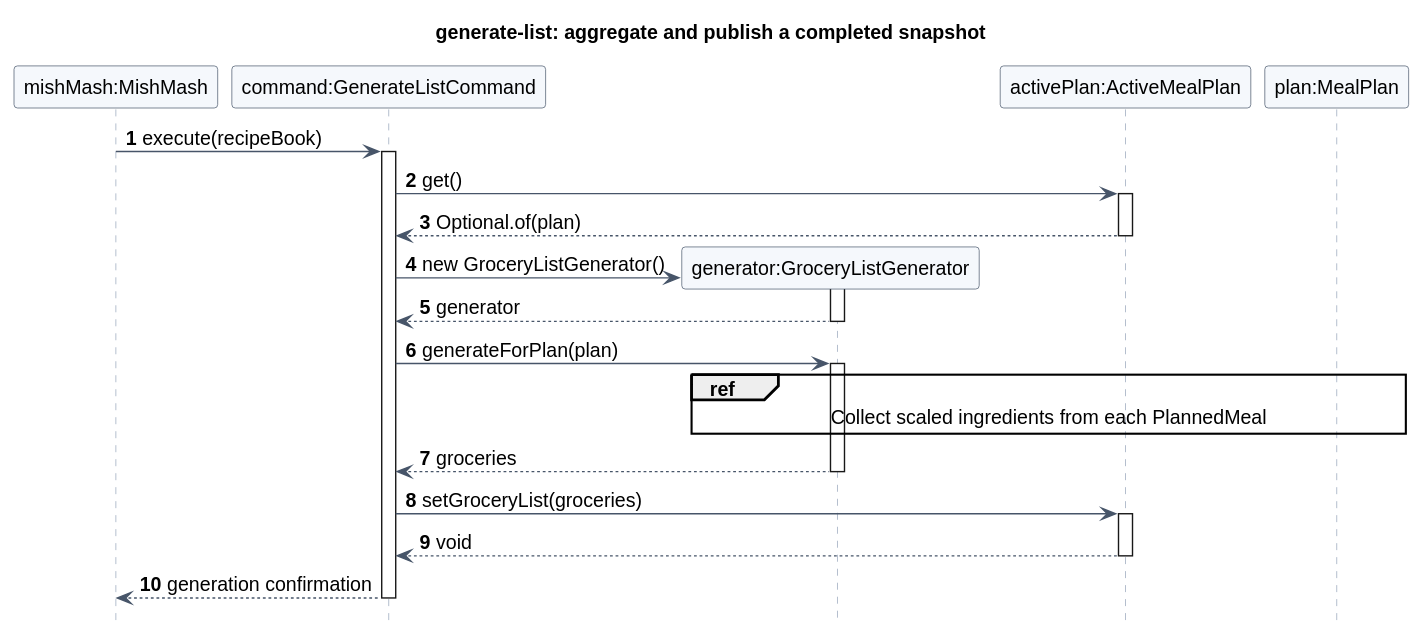
Earlier version of the PlantUML export docs/images/oilybikechain/grocery-execution.svg (Rixte/tp). The source it was exported from:
```plantuml
@startuml
!include ../rixte/shortfall/style.iuml
title generate-list: aggregate and publish a completed snapshot
autonumber

participant "mishMash:MishMash" as App
participant "command:GenerateListCommand" as Command
participant "generator:GroceryListGenerator" as Generator
participant "activePlan:ActiveMealPlan" as Active
participant "plan:MealPlan" as Plan

App -> Command : execute(recipeBook)
activate Command
Command -> Active : get()
activate Active
Active --> Command : Optional.of(plan)
deactivate Active
create Generator
Command -> Generator : new GroceryListGenerator()
activate Generator
Generator --> Command : generator
deactivate Generator
Command -> Generator : generateForPlan(plan)
activate Generator
ref over Generator, Plan
  Collect scaled ingredients from each PlannedMeal
end ref
Generator --> Command : groceries
deactivate Generator
Command -> Active : setGroceryList(groceries)
activate Active
Active --> Command : void
deactivate Active
Command --> App : generation confirmation
deactivate Command
@enduml
```
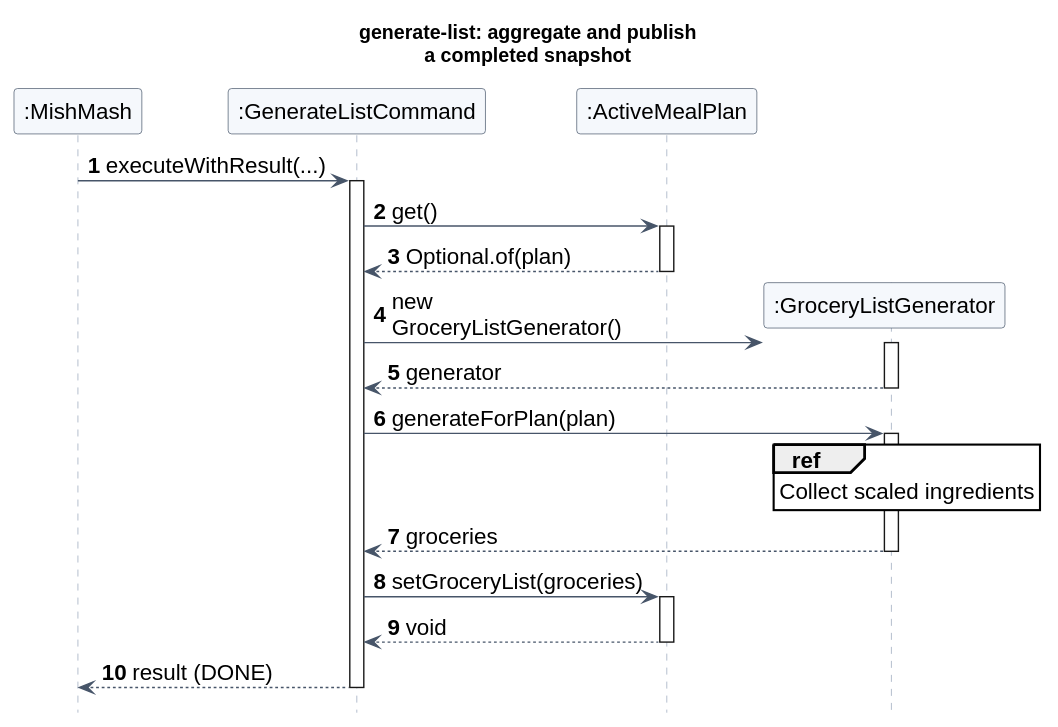
The same diagram one commit later.

The edit, as a diff of the source:
```diff
@@ -1,15 +1,17 @@
 @startuml
 !include ../rixte/shortfall/style.iuml
-title generate-list: aggregate and publish a completed snapshot
+skinparam defaultFontSize 16
+skinparam maxMessageSize 190
+skinparam sequenceReferenceBackgroundColor white
+title generate-list: aggregate and publish\na completed snapshot
 autonumber
 
-participant "mishMash:MishMash" as App
-participant "command:GenerateListCommand" as Command
-participant "generator:GroceryListGenerator" as Generator
-participant "activePlan:ActiveMealPlan" as Active
-participant "plan:MealPlan" as Plan
+participant ":MishMash" as App
+participant ":GenerateListCommand" as Command
+participant ":ActiveMealPlan" as Active
+participant ":GroceryListGenerator" as Generator
 
-App -> Command : execute(recipeBook)
+App -> Command : executeWithResult(...)
 activate Command
 Command -> Active : get()
 activate Active
@@ -22,8 +24,8 @@
 deactivate Generator
 Command -> Generator : generateForPlan(plan)
 activate Generator
-ref over Generator, Plan
-  Collect scaled ingredients from each PlannedMeal
+ref over Generator
+  Collect scaled ingredients
 end ref
 Generator --> Command : groceries
 deactivate Generator
@@ -31,6 +33,6 @@
 activate Active
 Active --> Command : void
 deactivate Active
-Command --> App : generation confirmation
+Command --> App : result (DONE)
 deactivate Command
 @enduml
```
